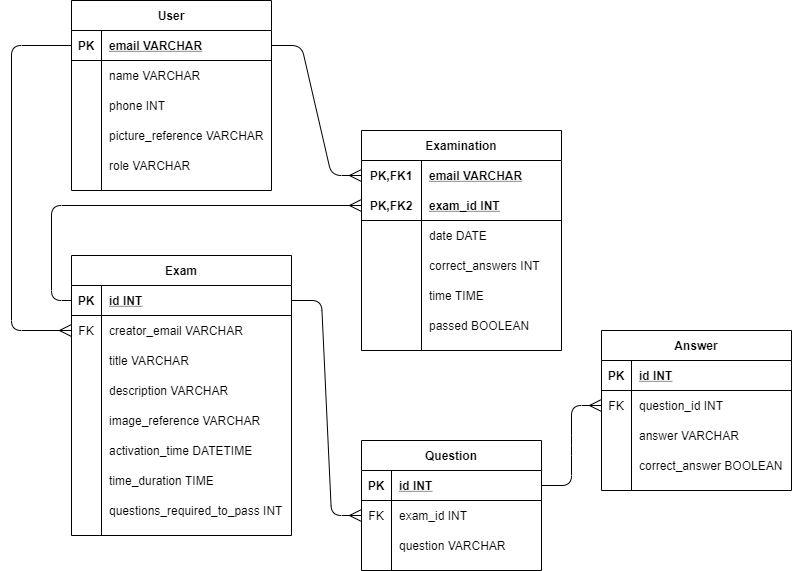
The draw.io diagram oppgave4_db-diagram.png in larsmra/oppgaver_forelesning1_webapplikasjoner, before a commit. Source tidied: cells renumbered, new cells last; positions are measured from the earlier drawing's top-left corner, leaving out a move shared by most shapes.
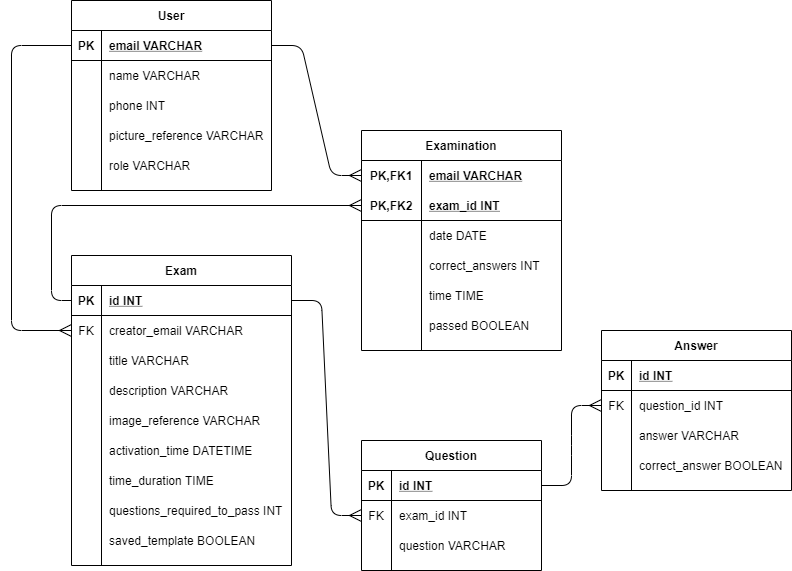
Later version of the same file.

Commit message:
La til "saved_template" i Exam-tabellen

The edit, as a diff of the source:
```diff
@@ -113,7 +113,7 @@
       <mxGeometry x="30" width="170" height="30" as="geometry" />
     </mxCell>
     <mxCell id="36" value="Exam" style="shape=table;startSize=30;rowLines=0;fontStyle=1;align=center;" parent="1" vertex="1">
-      <mxGeometry x="60" y="255" width="220" height="280" as="geometry" />
+      <mxGeometry x="60" y="255" width="220" height="310" as="geometry" />
     </mxCell>
     <mxCell id="37" style="shape=partialRectangle;fillColor=none;top=0;left=0;bottom=1;right=0;points=[[0,0.5],[1,0.5]];portConstraint=eastwest;" parent="36" vertex="1">
       <mxGeometry y="30" width="220" height="30" as="geometry" />
@@ -187,6 +187,15 @@
     <mxCell id="60" value="questions_required_to_pass INT" style="shape=partialRectangle;fillColor=none;top=0;left=0;bottom=0;right=0;align=left;spacingLeft=6;overflow=hidden;" parent="58" vertex="1">
       <mxGeometry x="30" width="190" height="30" as="geometry" />
     </mxCell>
+    <mxCell id="90" style="shape=partialRectangle;fillColor=none;top=0;left=0;bottom=0;right=0;" parent="36" vertex="1">
+      <mxGeometry y="270" width="220" height="30" as="geometry" />
+    </mxCell>
+    <mxCell id="91" style="shape=partialRectangle;fillColor=none;top=0;left=0;bottom=0;right=0;overflow=hidden;" parent="90" vertex="1">
+      <mxGeometry width="30" height="30" as="geometry" />
+    </mxCell>
+    <mxCell id="92" value="saved_template BOOLEAN" style="shape=partialRectangle;fillColor=none;top=0;left=0;bottom=0;right=0;align=left;spacingLeft=6;overflow=hidden;" parent="90" vertex="1">
+      <mxGeometry x="30" width="190" height="30" as="geometry" />
+    </mxCell>
     <mxCell id="61" value="Examination" style="shape=table;startSize=30;rowLines=0;fontStyle=1;align=center;" parent="1" vertex="1">
       <mxGeometry x="350" y="130" width="200" height="220" as="geometry" />
     </mxCell>
```
